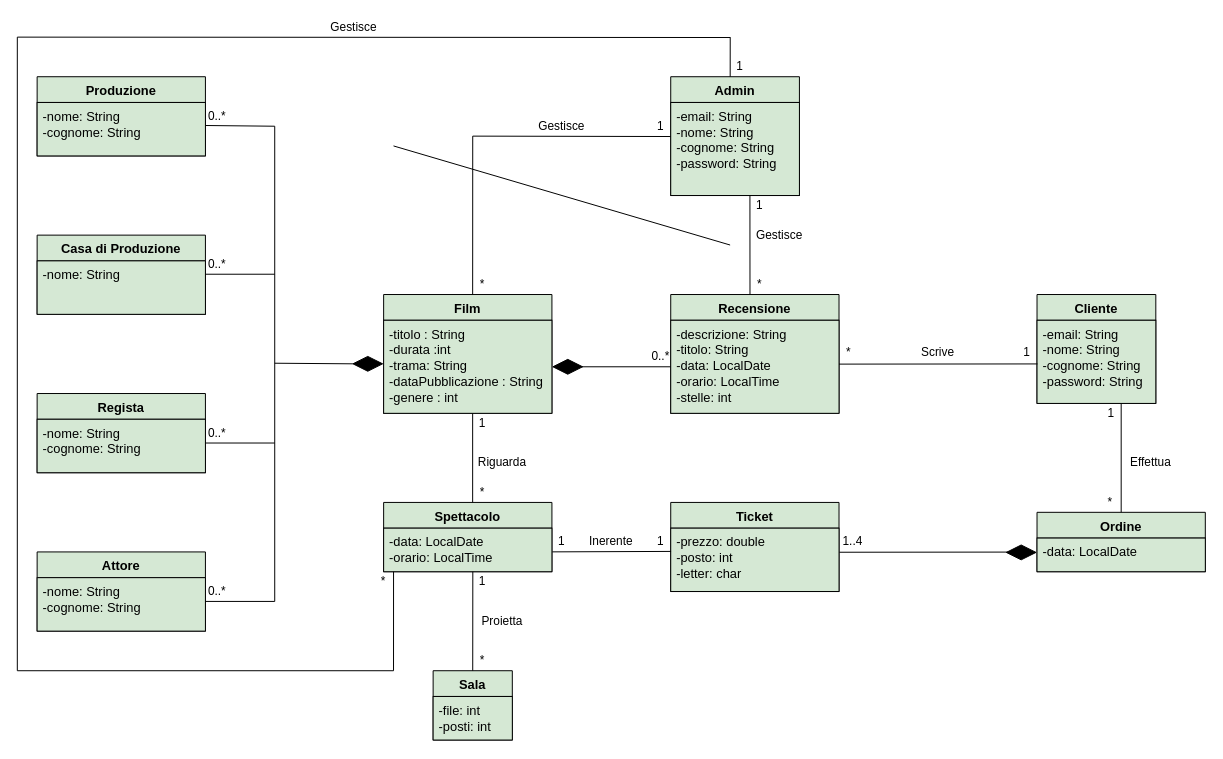
This is page "Page-6" (6 of 13) of Docs/Class_diagram_generale.drawio from BlooDMasK/UniCinema, a draw.io file, before an edit. Source tidied: cells renumbered, new cells numbered last; positions are measured from the earlier drawing's top-left corner, leaving out a move shared by most shapes. Both pictures are drawn from the tidied source at 99%, with x=0, y=0 at pixel (17, 17).
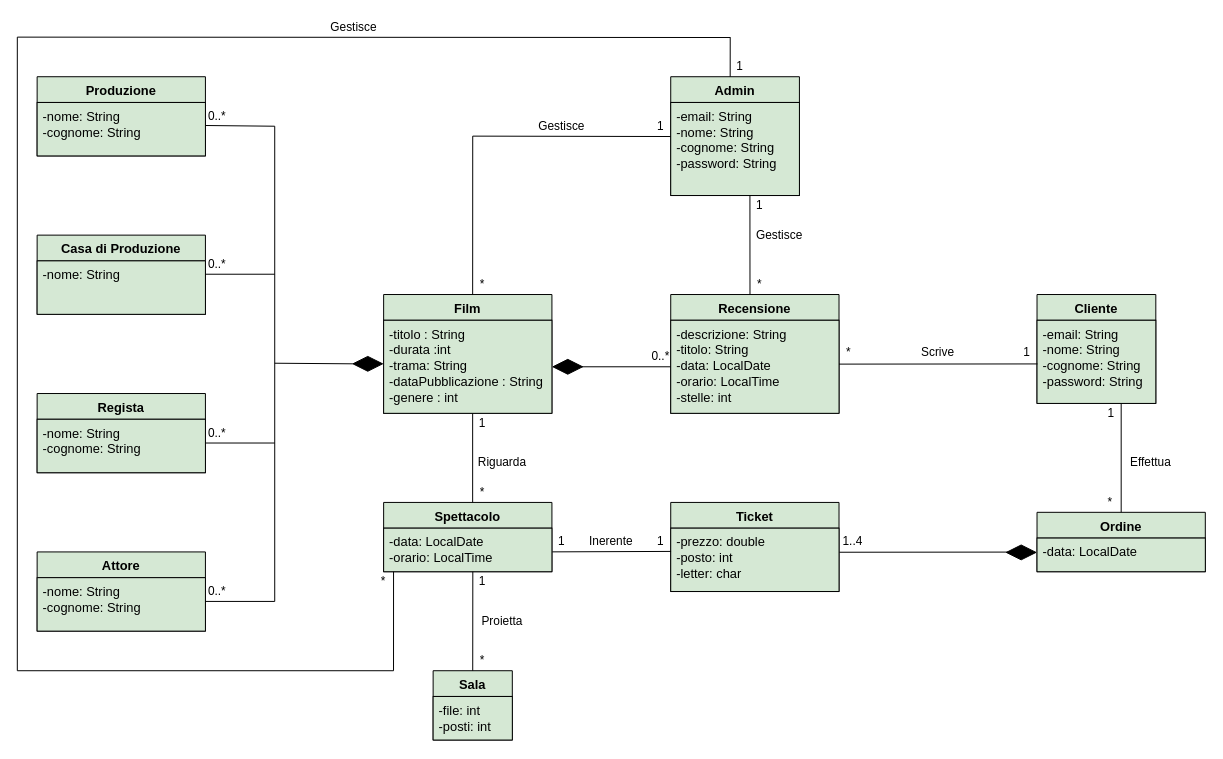
After the change.

Diff of the diagram source:
```diff
@@
-    <mxCell id="5" style="endArrow=none;html=1;rounded=0;exitX=1;exitY=0.444;exitDx=0;exitDy=0;exitPerimeter=0;entryX=0;entryY=0.5;entryDx=0;entryDy=0;" parent="1" edge="1">
-      <mxGeometry relative="1" as="geometry">
-        <mxPoint x="380" y="129.9" as="sourcePoint" />
-        <mxPoint x="720" y="230" as="targetPoint" />
-      </mxGeometry>
-    </mxCell>
```
